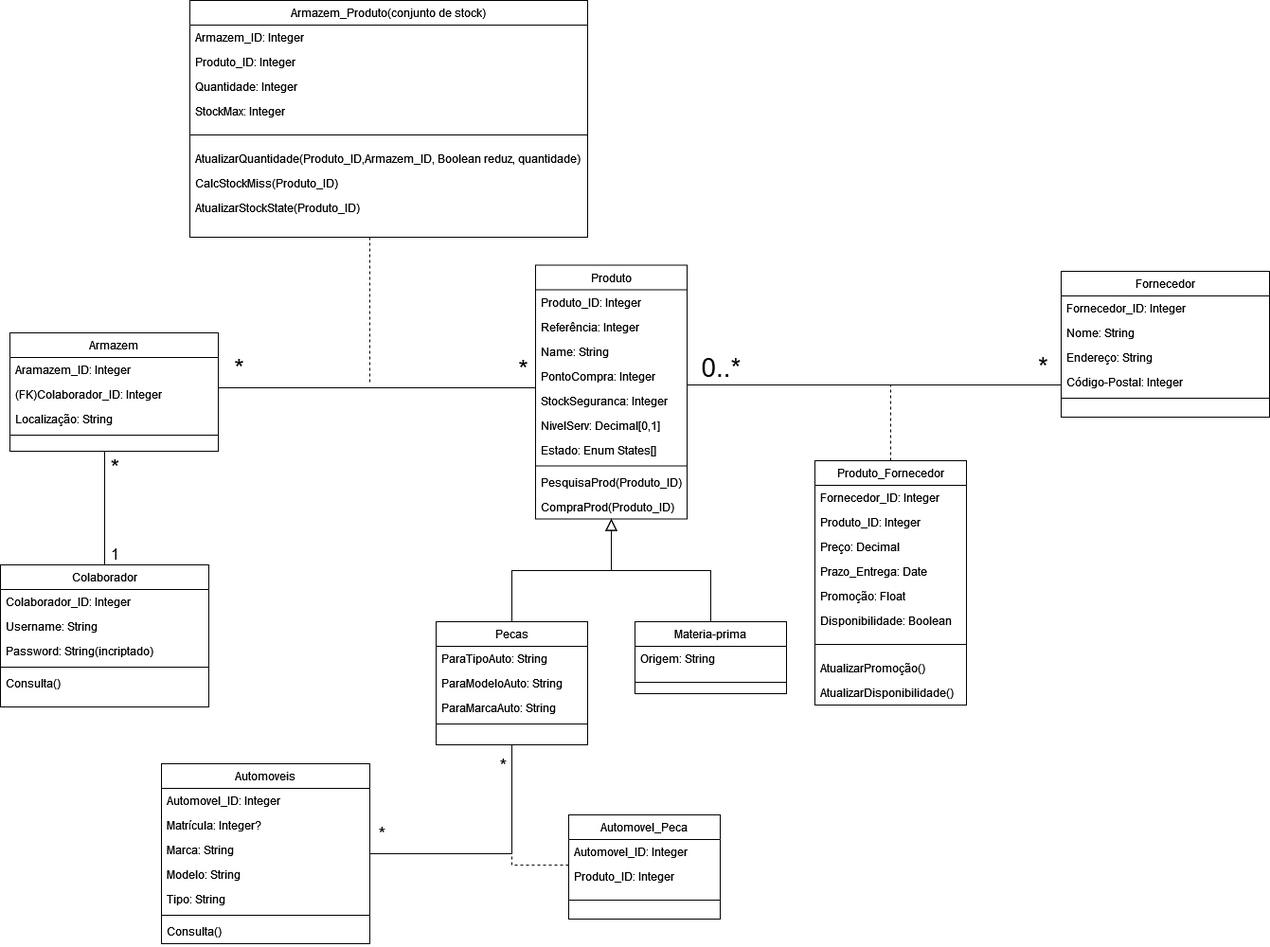
noellopes/CarManufactoring keeps this draw.io diagram as wwwroot/documents/Grupo2/RicardoAndrade/DiagramaClasse_CompraFornecedor_RicardoAndrade_1705258.png. Above is the earlier version. Source tidied: cells renumbered, new cells last; positions are measured from the earlier drawing's top-left corner, leaving out a move shared by most shapes.
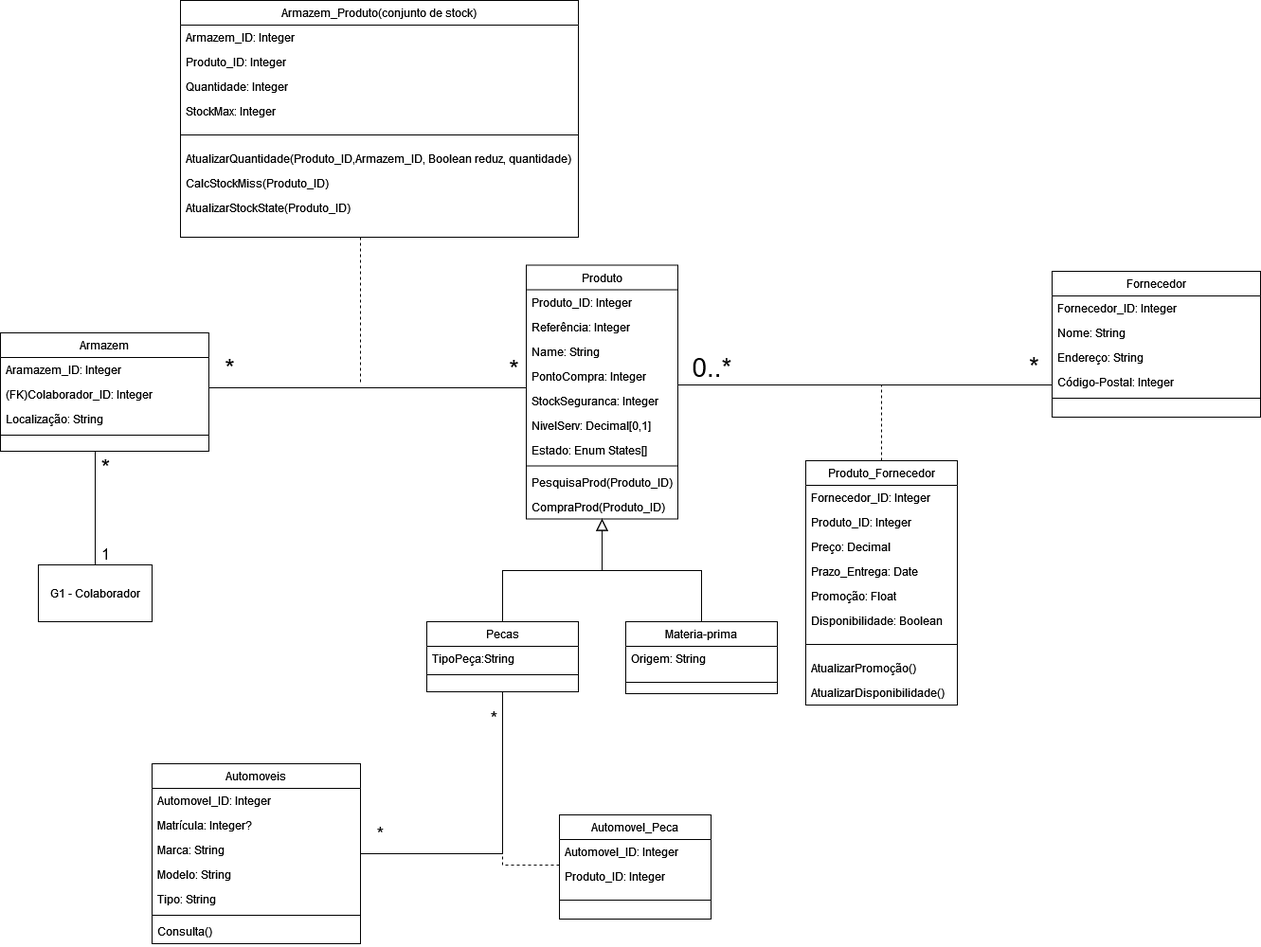
The same diagram one commit later.

Diff of the diagram source:
```diff
@@ -36,19 +36,13 @@
       <mxGeometry y="242" width="160" height="26" as="geometry" />
     </mxCell>
     <mxCell id="13" value="Pecas" style="swimlane;fontStyle=0;align=center;verticalAlign=top;horizontal=1;startSize=26;rounded=0;shadow=0;strokeWidth=1;" parent="1" vertex="1">
-      <mxGeometry x="460" y="656" width="160" height="130" as="geometry" />
+      <mxGeometry x="460" y="656" width="160" height="74" as="geometry" />
     </mxCell>
-    <mxCell id="14" value="ParaTipoAuto: String" style="text;align=left;verticalAlign=top;spacingLeft=4;spacingRight=4;overflow=hidden;" parent="13" vertex="1">
+    <mxCell id="14" value="TipoPeça:String" style="text;align=left;verticalAlign=top;spacingLeft=4;spacingRight=4;overflow=hidden;" parent="13" vertex="1">
       <mxGeometry y="26" width="160" height="26" as="geometry" />
     </mxCell>
-    <mxCell id="15" value="ParaModeloAuto: String" style="text;align=left;verticalAlign=top;spacingLeft=4;spacingRight=4;overflow=hidden;rounded=0;shadow=0;html=0;" parent="13" vertex="1">
-      <mxGeometry y="52" width="160" height="26" as="geometry" />
-    </mxCell>
-    <mxCell id="16" value="ParaMarcaAuto: String" style="text;align=left;verticalAlign=top;spacingLeft=4;spacingRight=4;overflow=hidden;rounded=0;shadow=0;html=0;" parent="13" vertex="1">
-      <mxGeometry y="78" width="160" height="26" as="geometry" />
-    </mxCell>
     <mxCell id="17" style="line;html=1;strokeWidth=1;align=left;verticalAlign=middle;spacingTop=-1;spacingLeft=3;spacingRight=3;labelPosition=right;" parent="13" vertex="1">
-      <mxGeometry y="104" width="160" height="8" as="geometry" />
+      <mxGeometry y="52" width="160" height="8" as="geometry" />
     </mxCell>
     <mxCell id="18" style="endArrow=block;endSize=10;endFill=0;shadow=0;strokeWidth=1;rounded=0;edgeStyle=elbowEdgeStyle;elbow=vertical;" parent="1" edge="1" source="13" target="2">
       <mxGeometry relative="1" as="geometry" />
@@ -205,11 +199,11 @@
     <mxCell id="60" value="AtualizarStockState(Produto_ID)" style="text;align=left;verticalAlign=top;spacingLeft=4;spacingRight=4;overflow=hidden;" parent="52" vertex="1">
       <mxGeometry y="206" width="420" height="26" as="geometry" />
     </mxCell>
-    <mxCell id="61" style="edgeStyle=orthogonalEdgeStyle;rounded=0;jettySize=auto;html=1;endArrow=none;endFill=0;" parent="1" edge="1" source="64" target="43">
+    <mxCell id="61" style="edgeStyle=orthogonalEdgeStyle;rounded=0;jettySize=auto;html=1;endArrow=none;endFill=0;" parent="1" edge="1" source="86" target="43">
       <mxGeometry relative="1" as="geometry">
         <Array as="points">
-          <mxPoint x="110" y="506" />
-          <mxPoint x="110" y="506" />
+          <mxPoint x="110" y="510" />
+          <mxPoint x="110" y="510" />
         </Array>
       </mxGeometry>
     </mxCell>
@@ -223,24 +217,6 @@
         <mxPoint x="12" as="offset" />
       </mxGeometry>
     </mxCell>
-    <mxCell id="64" value="Colaborador" style="swimlane;fontStyle=0;align=center;verticalAlign=top;horizontal=1;startSize=26;rounded=0;shadow=0;strokeWidth=1;" parent="1" vertex="1">
-      <mxGeometry y="596" width="220" height="150" as="geometry" />
-    </mxCell>
-    <mxCell id="65" value="Colaborador_ID: Integer" style="text;align=left;verticalAlign=top;spacingLeft=4;spacingRight=4;overflow=hidden;rounded=0;shadow=0;html=0;" parent="64" vertex="1">
-      <mxGeometry y="26" width="220" height="26" as="geometry" />
-    </mxCell>
-    <mxCell id="66" value="Username: String" style="text;align=left;verticalAlign=top;spacingLeft=4;spacingRight=4;overflow=hidden;rounded=0;shadow=0;html=0;" parent="64" vertex="1">
-      <mxGeometry y="52" width="220" height="26" as="geometry" />
-    </mxCell>
-    <mxCell id="67" value="Password: String(incriptado)" style="text;align=left;verticalAlign=top;spacingLeft=4;spacingRight=4;overflow=hidden;rounded=0;shadow=0;html=0;" parent="64" vertex="1">
-      <mxGeometry y="78" width="220" height="26" as="geometry" />
-    </mxCell>
-    <mxCell id="68" style="line;html=1;strokeWidth=1;align=left;verticalAlign=middle;spacingTop=-1;spacingLeft=3;spacingRight=3;labelPosition=right;" parent="64" vertex="1">
-      <mxGeometry y="104" width="220" height="8" as="geometry" />
-    </mxCell>
-    <mxCell id="69" value="Consulta()" style="text;align=left;verticalAlign=top;spacingLeft=4;spacingRight=4;overflow=hidden;rounded=0;shadow=0;html=0;" parent="64" vertex="1">
-      <mxGeometry y="112" width="220" height="26" as="geometry" />
-    </mxCell>
     <mxCell id="70" style="edgeStyle=orthogonalEdgeStyle;rounded=0;jettySize=auto;html=1;endArrow=none;endFill=0;" parent="1" edge="1" source="73" target="13">
       <mxGeometry relative="1" as="geometry" />
     </mxCell>
@@ -298,5 +274,8 @@
     <mxCell id="85" style="line;html=1;strokeWidth=1;align=left;verticalAlign=middle;spacingTop=-1;spacingLeft=3;spacingRight=3;labelPosition=right;" parent="82" vertex="1">
       <mxGeometry y="78" width="160" height="24" as="geometry" />
     </mxCell>
+    <mxCell id="86" value="G1 - Colaborador" style="rounded=0;whiteSpace=wrap;html=1;" parent="1" vertex="1">
+      <mxGeometry x="50" y="596" width="120" height="60" as="geometry" />
+    </mxCell>
   </root>
 </mxGraphModel>
```
